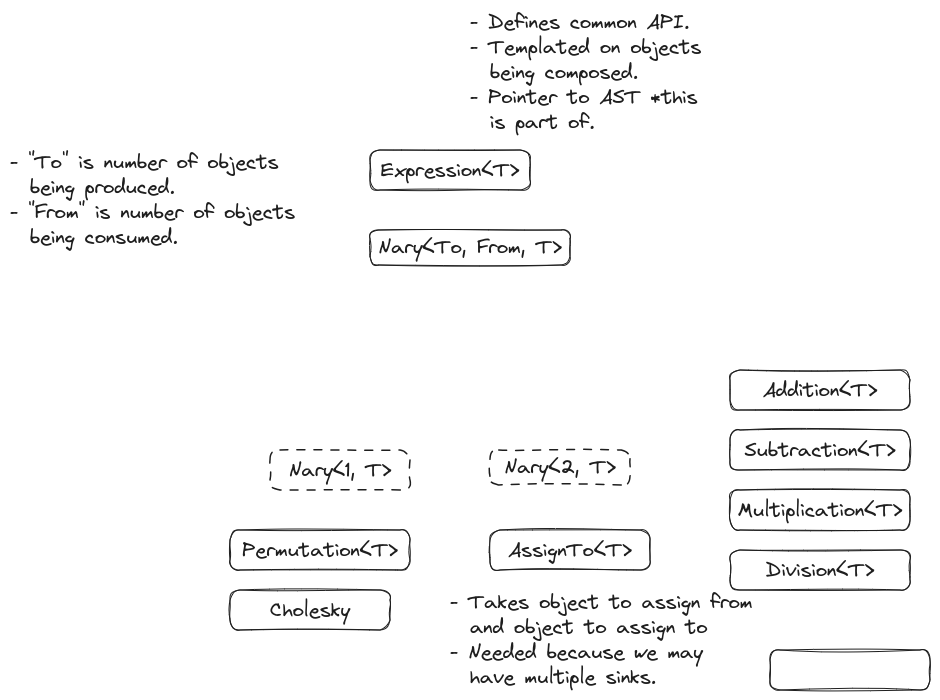
NWChemEx/TensorWrapper keeps this Excalidraw diagram as docs/source/developer/design/assets/expressions.png. Above is the earlier version. Source tidied: one line per element, renumbered; positions are measured from the earlier drawing's top-left corner, leaving out a move shared by most shapes.
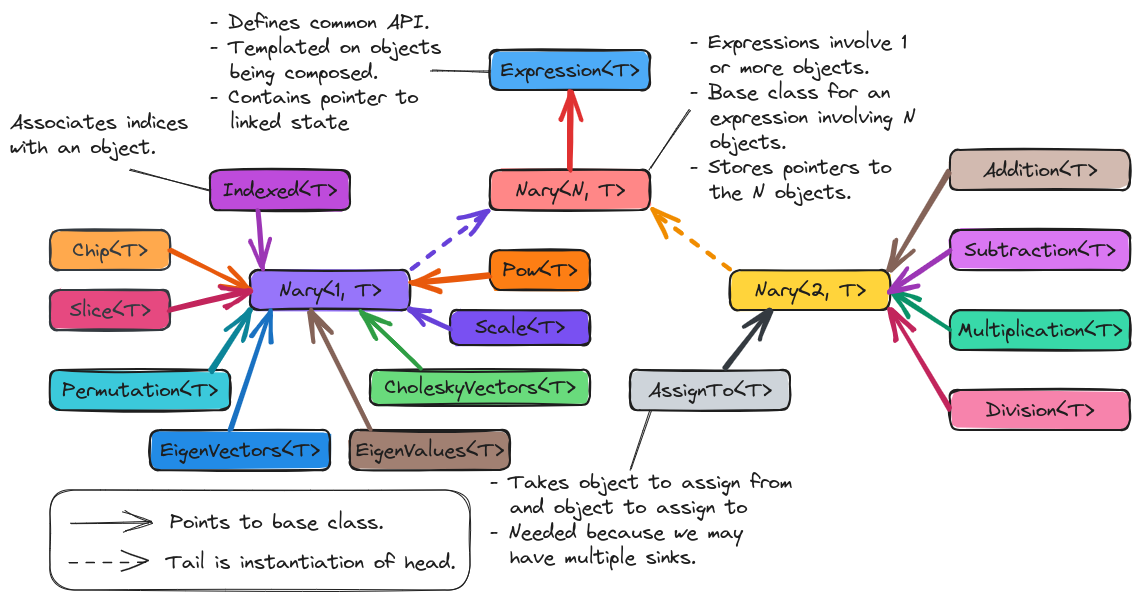
After the change.

Change to the diagram source:
```diff
@@ -1,26 +1,66 @@
-{"id": 0, "type": "rectangle", "strokeColor": "#1e1e1e", "strokeWidth": 1, "roughness": 1, "round": true, "x": 360, "y": 140, "width": 160, "height": 40}
+{"id": 0, "type": "rectangle", "strokeColor": "#1e1e1e", "backgroundColor": "#4dabf7", "fillStyle": "solid", "strokeWidth": 2, "roughness": 1, "round": true, "x": 320, "y": 0, "width": 160, "height": 40}
-{"id": 1, "type": "text", "text": "Expression<T>", "strokeColor": "#1e1e1e", "strokeWidth": 1, "roughness": 1, "fontSize": 20, "fontFamily": 1, "textAlign": "center", "verticalAlign": "middle", "inside": 0, "x": 371, "y": 148, "width": 139, "height": 25}
+{"id": 1, "type": "text", "text": "Expression<T>", "strokeColor": "#1e1e1e", "strokeWidth": 1, "roughness": 1, "fontSize": 20, "fontFamily": 1, "textAlign": "center", "verticalAlign": "middle", "inside": 0, "x": 331, "y": 8, "width": 139, "height": 25}
-{"id": 2, "type": "text", "text": "- Defines common API.\n- Templated on objects\n  being composed.\n- Pointer to AST *this\n  is part of.", "strokeColor": "#1e1e1e", "strokeWidth": 1, "roughness": 1, "fontSize": 20, "fontFamily": 1, "x": 460, "y": 0, "width": 231, "height": 125}
+{"id": 2, "type": "text", "text": "- Defines common API.\n- Templated on objects\n  being composed.\n- Contains pointer to\n  linked state", "strokeColor": "#1e1e1e", "strokeWidth": 1, "roughness": 1, "fontSize": 20, "fontFamily": 1, "x": 40, "y": -40, "width": 231, "height": 125}
-{"id": 3, "type": "text", "text": "- \"To\" is number of objects\n  being produced.\n- \"From\" is number of objects\n  being consumed.", "strokeColor": "#1e1e1e", "strokeWidth": 1, "roughness": 1, "fontSize": 20, "fontFamily": 1, "x": 0, "y": 140, "width": 285, "height": 100}
+{"id": 3, "type": "text", "text": "- Expressions involve 1\n  or more objects.\n- Base class for an\n  expression involving N\n  objects.\n- Stores pointers to\n  the N objects.", "strokeColor": "#1e1e1e", "strokeWidth": 1, "roughness": 1, "fontSize": 20, "fontFamily": 1, "x": 520, "y": -20, "width": 226, "height": 175}
-{"id": 4, "type": "rectangle", "strokeColor": "#1e1e1e", "strokeWidth": 1, "roughness": 1, "round": true, "x": 360, "y": 220, "width": 200, "height": 35}
+{"id": 4, "type": "rectangle", "strokeColor": "#1e1e1e", "backgroundColor": "#ff8787", "fillStyle": "solid", "strokeWidth": 2, "roughness": 1, "round": true, "x": 320, "y": 120, "width": 160, "height": 40}
-{"id": 5, "type": "text", "text": "Nary<To, From, T>", "strokeColor": "#1e1e1e", "strokeWidth": 1, "roughness": 1, "fontSize": 20, "fontFamily": 1, "textAlign": "center", "verticalAlign": "middle", "inside": 4, "x": 368, "y": 225, "width": 183, "height": 25}
+{"id": 5, "type": "text", "text": "Nary<N, T>", "strokeColor": "#1e1e1e", "strokeWidth": 1, "roughness": 1, "fontSize": 20, "fontFamily": 1, "textAlign": "center", "verticalAlign": "middle", "inside": 4, "x": 345, "y": 128, "width": 110, "height": 25}
-{"id": 6, "type": "rectangle", "strokeColor": "#1e1e1e", "strokeWidth": 1, "strokeStyle": "dashed", "roughness": 1, "round": true, "x": 260, "y": 440, "width": 140, "height": 40}
+{"id": 6, "type": "rectangle", "strokeColor": "#1e1e1e", "backgroundColor": "#9775fa", "fillStyle": "solid", "strokeWidth": 2, "roughness": 1, "round": true, "x": 80, "y": 220, "width": 160, "height": 40}
-{"id": 7, "type": "text", "text": "Nary<1, T>", "strokeColor": "#1e1e1e", "strokeWidth": 1, "roughness": 1, "fontSize": 20, "fontFamily": 1, "textAlign": "center", "verticalAlign": "middle", "inside": 6, "x": 279, "y": 448, "width": 103, "height": 25}
+{"id": 7, "type": "text", "text": "Nary<1, T>", "strokeColor": "#1e1e1e", "strokeWidth": 1, "roughness": 1, "fontSize": 20, "fontFamily": 1, "textAlign": "center", "verticalAlign": "middle", "inside": 6, "x": 109, "y": 228, "width": 103, "height": 25}
-{"id": 8, "type": "rectangle", "strokeColor": "#1e1e1e", "strokeWidth": 1, "strokeStyle": "dashed", "roughness": 1, "round": true, "x": 480, "y": 440, "width": 140, "height": 35}
+{"id": 8, "type": "rectangle", "strokeColor": "#1e1e1e", "backgroundColor": "#ffd43b", "fillStyle": "solid", "strokeWidth": 2, "roughness": 1, "round": true, "x": 560, "y": 220, "width": 160, "height": 40}
-{"id": 9, "type": "text", "text": "Nary<2, T>", "strokeColor": "#1e1e1e", "strokeWidth": 1, "roughness": 1, "fontSize": 20, "fontFamily": 1, "textAlign": "center", "verticalAlign": "middle", "inside": 8, "x": 494, "y": 445, "width": 111, "height": 25}
+{"id": 9, "type": "text", "text": "Nary<2, T>", "strokeColor": "#1e1e1e", "strokeWidth": 1, "roughness": 1, "fontSize": 20, "fontFamily": 1, "textAlign": "center", "verticalAlign": "middle", "inside": 8, "x": 584, "y": 228, "width": 111, "height": 25}
-{"id": 10, "type": "rectangle", "strokeColor": "#1e1e1e", "strokeWidth": 1, "roughness": 1, "round": true, "x": 220, "y": 520, "width": 180, "height": 40}
+{"id": 10, "type": "rectangle", "strokeColor": "#1e1e1e", "backgroundColor": "#3bc9db", "fillStyle": "solid", "strokeWidth": 2, "roughness": 1, "round": true, "x": -120, "y": 320, "width": 180, "height": 40}
-{"id": 11, "type": "text", "text": "Permutation<T>", "strokeColor": "#1e1e1e", "strokeWidth": 1, "roughness": 1, "fontSize": 20, "fontFamily": 1, "textAlign": "center", "verticalAlign": "middle", "inside": 10, "x": 232, "y": 528, "width": 155, "height": 25}
+{"id": 11, "type": "text", "text": "Permutation<T>", "strokeColor": "#1e1e1e", "strokeWidth": 1, "roughness": 1, "fontSize": 20, "fontFamily": 1, "textAlign": "center", "verticalAlign": "middle", "inside": 10, "x": -108, "y": 328, "width": 155, "height": 25}
-{"id": 12, "type": "rectangle", "strokeColor": "#1e1e1e", "strokeWidth": 1, "roughness": 1, "round": true, "x": 480, "y": 520, "width": 160, "height": 40}
+{"id": 12, "type": "rectangle", "strokeColor": "#1e1e1e", "backgroundColor": "#ced4da", "fillStyle": "solid", "strokeWidth": 2, "roughness": 1, "round": true, "x": 460, "y": 320, "width": 160, "height": 40}
-{"id": 13, "type": "text", "text": "AssignTo<T>", "strokeColor": "#1e1e1e", "strokeWidth": 1, "roughness": 1, "fontSize": 20, "fontFamily": 1, "textAlign": "center", "verticalAlign": "middle", "inside": 12, "x": 498, "y": 528, "width": 124, "height": 25}
+{"id": 13, "type": "text", "text": "AssignTo<T>", "strokeColor": "#1e1e1e", "strokeWidth": 1, "roughness": 1, "fontSize": 20, "fontFamily": 1, "textAlign": "center", "verticalAlign": "middle", "inside": 12, "x": 478, "y": 328, "width": 124, "height": 25}
-{"id": 14, "type": "text", "text": "- Takes object to assign from\n  and object to assign to\n- Needed because we may\n  have multiple sinks.", "strokeColor": "#1e1e1e", "strokeWidth": 1, "roughness": 1, "fontSize": 20, "fontFamily": 1, "x": 440, "y": 580, "width": 302, "height": 100}
+{"id": 14, "type": "text", "text": "- Takes object to assign from\n  and object to assign to\n- Needed because we may\n  have multiple sinks.", "strokeColor": "#1e1e1e", "strokeWidth": 1, "roughness": 1, "fontSize": 20, "fontFamily": 1, "x": 320, "y": 420, "width": 302, "height": 100}
-{"id": 15, "type": "rectangle", "strokeColor": "#1e1e1e", "strokeWidth": 1, "roughness": 1, "round": true, "x": 720, "y": 360, "width": 180, "height": 40}
+{"id": 15, "type": "rectangle", "strokeColor": "#1e1e1e", "backgroundColor": "#d2bab0", "fillStyle": "solid", "strokeWidth": 2, "roughness": 1, "round": true, "x": 780, "y": 100, "width": 180, "height": 40}
-{"id": 16, "type": "text", "text": "Addition<T>", "strokeColor": "#1e1e1e", "strokeWidth": 1, "roughness": 1, "fontSize": 20, "fontFamily": 1, "textAlign": "center", "verticalAlign": "middle", "inside": 15, "x": 753, "y": 368, "width": 114, "height": 25}
+{"id": 16, "type": "text", "text": "Addition<T>", "strokeColor": "#1e1e1e", "strokeWidth": 1, "roughness": 1, "fontSize": 20, "fontFamily": 1, "textAlign": "center", "verticalAlign": "middle", "inside": 15, "x": 813, "y": 108, "width": 114, "height": 25}
-{"id": 17, "type": "rectangle", "strokeColor": "#1e1e1e", "strokeWidth": 1, "roughness": 1, "round": true, "x": 720, "y": 420, "width": 180, "height": 40}
+{"id": 17, "type": "rectangle", "strokeColor": "#1e1e1e", "backgroundColor": "#da77f2", "fillStyle": "solid", "strokeWidth": 2, "roughness": 1, "round": true, "x": 780, "y": 180, "width": 180, "height": 40}
-{"id": 18, "type": "text", "text": "Subtraction<T>", "strokeColor": "#1e1e1e", "strokeWidth": 1, "roughness": 1, "fontSize": 20, "fontFamily": 1, "textAlign": "center", "verticalAlign": "middle", "inside": 17, "x": 735, "y": 428, "width": 151, "height": 25}
+{"id": 18, "type": "text", "text": "Subtraction<T>", "strokeColor": "#1e1e1e", "strokeWidth": 1, "roughness": 1, "fontSize": 20, "fontFamily": 1, "textAlign": "center", "verticalAlign": "middle", "inside": 17, "x": 795, "y": 188, "width": 151, "height": 25}
-{"id": 19, "type": "rectangle", "strokeColor": "#1e1e1e", "strokeWidth": 1, "roughness": 1, "round": true, "x": 720, "y": 480, "width": 180, "height": 40}
+{"id": 19, "type": "rectangle", "strokeColor": "#1e1e1e", "backgroundColor": "#38d9a9", "fillStyle": "solid", "strokeWidth": 2, "roughness": 1, "round": true, "x": 780, "y": 260, "width": 180, "height": 40}
-{"id": 20, "type": "text", "text": "Multiplication<T>", "strokeColor": "#1e1e1e", "strokeWidth": 1, "roughness": 1, "fontSize": 20, "fontFamily": 1, "textAlign": "center", "verticalAlign": "middle", "inside": 19, "x": 728, "y": 488, "width": 164, "height": 25}
+{"id": 20, "type": "text", "text": "Multiplication<T>", "strokeColor": "#1e1e1e", "strokeWidth": 1, "roughness": 1, "fontSize": 20, "fontFamily": 1, "textAlign": "center", "verticalAlign": "middle", "inside": 19, "x": 788, "y": 268, "width": 164, "height": 25}
-{"id": 21, "type": "rectangle", "strokeColor": "#1e1e1e", "strokeWidth": 1, "roughness": 1, "round": true, "x": 720, "y": 540, "width": 180, "height": 40}
+{"id": 21, "type": "rectangle", "strokeColor": "#1e1e1e", "backgroundColor": "#f783ac", "fillStyle": "solid", "strokeWidth": 2, "roughness": 1, "round": true, "x": 780, "y": 340, "width": 180, "height": 40}
-{"id": 22, "type": "text", "text": "Division<T>", "strokeColor": "#1e1e1e", "strokeWidth": 1, "roughness": 1, "fontSize": 20, "fontFamily": 1, "textAlign": "center", "verticalAlign": "middle", "inside": 21, "x": 756, "y": 548, "width": 108, "height": 25}
+{"id": 22, "type": "text", "text": "Division<T>", "strokeColor": "#1e1e1e", "strokeWidth": 1, "roughness": 1, "fontSize": 20, "fontFamily": 1, "textAlign": "center", "verticalAlign": "middle", "inside": 21, "x": 816, "y": 348, "width": 108, "height": 25}
-{"id": 23, "type": "rectangle", "strokeColor": "#1e1e1e", "strokeWidth": 1, "roughness": 1, "round": true, "x": 220, "y": 580, "width": 160, "height": 40}
+{"id": 23, "type": "rectangle", "strokeColor": "#1e1e1e", "backgroundColor": "#69db7c", "fillStyle": "solid", "strokeWidth": 2, "roughness": 1, "round": true, "x": 200, "y": 320, "width": 220, "height": 35}
-{"id": 24, "type": "text", "text": "Cholesky", "strokeColor": "#1e1e1e", "strokeWidth": 1, "roughness": 1, "fontSize": 20, "fontFamily": 1, "textAlign": "center", "verticalAlign": "middle", "inside": 23, "x": 260, "y": 588, "width": 80, "height": 25}
+{"id": 24, "type": "text", "text": "CholeskyVectors<T>", "strokeColor": "#1e1e1e", "strokeWidth": 1, "roughness": 1, "fontSize": 20, "fontFamily": 1, "textAlign": "center", "verticalAlign": "middle", "inside": 23, "x": 214, "y": 325, "width": 191, "height": 25}
-{"id": 25, "type": "rectangle", "strokeColor": "#1e1e1e", "strokeWidth": 1, "roughness": 1, "round": true, "x": 760, "y": 640, "width": 160, "height": 40}
+{"id": 26, "type": "line", "strokeColor": "#1e1e1e", "backgroundColor": "#4dabf7", "fillStyle": "solid", "strokeWidth": 1, "roughness": 1, "round": true, "x": 260, "y": 21, "width": 60, "height": 0, "points": [[0, 0], [60, 0]]}
+{"id": 27, "type": "arrow", "strokeColor": "#e03131", "backgroundColor": "#ff8787", "fillStyle": "solid", "strokeWidth": 4, "roughness": 1, "endArrowhead": "arrow", "round": true, "from": 4, "to": 0, "x": 400, "y": 119, "width": 0, "height": 78, "points": [[0, 0], [0, -78]]}
+{"id": 28, "type": "line", "strokeColor": "#1e1e1e", "backgroundColor": "#ff8787", "fillStyle": "solid", "strokeWidth": 1, "roughness": 1, "round": true, "x": 520, "y": 60, "width": 40, "height": 60, "points": [[0, 0], [-40, 60]]}
+{"id": 29, "type": "arrow", "strokeColor": "#1e1e1e", "backgroundColor": "#ff8787", "fillStyle": "solid", "strokeWidth": 1, "roughness": 1, "endArrowhead": "arrow", "round": true, "x": -100, "y": 473, "width": 80, "height": 0, "points": [[0, 0], [80, 0]]}
+{"id": 30, "type": "text", "text": "Points to base class.", "strokeColor": "#1e1e1e", "backgroundColor": "#ff8787", "fillStyle": "solid", "strokeWidth": 1, "roughness": 1, "fontSize": 20, "fontFamily": 1, "x": 0, "y": 460, "width": 214, "height": 25}
+{"id": 31, "type": "rectangle", "strokeColor": "#1e1e1e", "strokeWidth": 1, "roughness": 1, "round": true, "x": -120, "y": 440, "width": 420, "height": 100}
+{"id": 32, "type": "text", "text": "Tail is instantiation of head.", "strokeColor": "#1e1e1e", "backgroundColor": "#ff8787", "fillStyle": "solid", "strokeWidth": 1, "strokeStyle": "dashed", "roughness": 1, "fontSize": 20, "fontFamily": 1, "x": -4, "y": 500, "width": 290, "height": 25}
+{"id": 33, "type": "arrow", "strokeColor": "#1e1e1e", "backgroundColor": "#9775fa", "fillStyle": "solid", "strokeWidth": 1, "strokeStyle": "dashed", "roughness": 1, "endArrowhead": "arrow", "round": true, "x": -100, "y": 512, "width": 80, "height": 0, "points": [[0, 0], [80, 0]]}
+{"id": 34, "type": "arrow", "strokeColor": "#6741d9", "backgroundColor": "#9775fa", "fillStyle": "solid", "strokeWidth": 4, "strokeStyle": "dashed", "roughness": 1, "endArrowhead": "arrow", "round": true, "from": 6, "to": 4, "x": 241, "y": 219, "width": 78, "height": 59, "points": [[0, 0], [78, -59]]}
+{"id": 35, "type": "arrow", "strokeColor": "#f08c00", "backgroundColor": "#9775fa", "fillStyle": "solid", "strokeWidth": 4, "strokeStyle": "dashed", "roughness": 1, "endArrowhead": "arrow", "round": true, "to": 4, "x": 560, "y": 220, "width": 80, "height": 60, "points": [[0, 0], [-80, -60]]}
+{"id": 36, "type": "arrow", "strokeColor": "#2f9e44", "backgroundColor": "#ffd43b", "fillStyle": "solid", "strokeWidth": 4, "roughness": 1, "endArrowhead": "arrow", "round": true, "from": 23, "to": 6, "x": 250, "y": 319, "width": 59, "height": 58, "points": [[0, 0], [-59, -58]]}
+{"id": 37, "type": "arrow", "strokeColor": "#0c8599", "backgroundColor": "#3bc9db", "fillStyle": "solid", "strokeWidth": 4, "roughness": 1, "endArrowhead": "arrow", "round": true, "to": 6, "x": 41, "y": 321, "width": 40, "height": 60, "points": [[0, 0], [40, -60]]}
+{"id": 38, "type": "arrow", "strokeColor": "#c2255c", "backgroundColor": "#3bc9db", "fillStyle": "solid", "strokeWidth": 4, "roughness": 1, "endArrowhead": "arrow", "round": true, "from": 21, "x": 779, "y": 358, "width": 59, "height": 98, "points": [[0, 0], [-59, -98]]}
+{"id": 39, "type": "arrow", "strokeColor": "#099268", "backgroundColor": "#3bc9db", "fillStyle": "solid", "strokeWidth": 4, "roughness": 1, "endArrowhead": "arrow", "round": true, "from": 19, "x": 780, "y": 280, "width": 60, "height": 40, "points": [[0, 0], [-60, -40]]}
+{"id": 40, "type": "arrow", "strokeColor": "#9c36b5", "backgroundColor": "#3bc9db", "fillStyle": "solid", "strokeWidth": 4, "roughness": 1, "endArrowhead": "arrow", "round": true, "from": 17, "x": 780, "y": 201, "width": 60, "height": 40, "points": [[0, 0], [-60, 40]]}
+{"id": 41, "type": "arrow", "strokeColor": "#846358", "backgroundColor": "#3bc9db", "fillStyle": "solid", "strokeWidth": 4, "roughness": 1, "endArrowhead": "arrow", "round": true, "from": 15, "to": 8, "x": 779, "y": 122, "width": 58, "height": 97, "points": [[0, 0], [-58, 97]]}
+{"id": 42, "type": "arrow", "strokeColor": "#343a40", "backgroundColor": "#e9ecef", "fillStyle": "solid", "strokeWidth": 4, "roughness": 1, "endArrowhead": "arrow", "round": true, "from": 12, "to": 8, "x": 556, "y": 319, "width": 44, "height": 58, "points": [[0, 0], [44, -58]]}
+{"id": 43, "type": "rectangle", "strokeColor": "#343a40", "backgroundColor": "#e64980", "fillStyle": "solid", "strokeWidth": 2, "roughness": 1, "round": true, "x": -120, "y": 240, "width": 120, "height": 40}
+{"id": 44, "type": "text", "text": "Slice<T>", "strokeColor": "#343a40", "backgroundColor": "#e9ecef", "fillStyle": "solid", "strokeWidth": 1, "roughness": 1, "fontSize": 20, "fontFamily": 1, "textAlign": "center", "verticalAlign": "middle", "inside": 43, "x": -100, "y": 248, "width": 81, "height": 25}
+{"id": 45, "type": "rectangle", "strokeColor": "#343a40", "backgroundColor": "#ffa94d", "fillStyle": "solid", "strokeWidth": 2, "roughness": 1, "round": true, "x": -120, "y": 180, "width": 120, "height": 40}
+{"id": 46, "type": "text", "text": "Chip<T>", "strokeColor": "#343a40", "backgroundColor": "#e9ecef", "fillStyle": "solid", "strokeWidth": 1, "roughness": 1, "fontSize": 20, "fontFamily": 1, "textAlign": "center", "verticalAlign": "middle", "inside": 45, "x": -97, "y": 188, "width": 75, "height": 25}
+{"id": 47, "type": "arrow", "strokeColor": "#e8590c", "backgroundColor": "#ffa94d", "fillStyle": "solid", "strokeWidth": 4, "roughness": 1, "endArrowhead": "arrow", "round": true, "from": 45, "to": 6, "x": 0, "y": 200, "width": 80, "height": 40, "points": [[0, 0], [80, 40]]}
+{"id": 48, "type": "arrow", "strokeColor": "#c2255c", "backgroundColor": "#e64980", "fillStyle": "solid", "strokeWidth": 4, "roughness": 1, "endArrowhead": "arrow", "round": true, "x": 0, "y": 260, "width": 80, "height": 20, "points": [[0, 0], [80, -20]]}
+{"id": 49, "type": "rectangle", "strokeColor": "#1e1e1e", "backgroundColor": "#228be6", "fillStyle": "solid", "strokeWidth": 2, "roughness": 1, "round": true, "x": -20, "y": 380, "width": 180, "height": 40}
+{"id": 50, "type": "text", "text": "EigenVectors<T>", "strokeColor": "#1e1e1e", "backgroundColor": "#228be6", "fillStyle": "solid", "strokeWidth": 2, "roughness": 1, "fontSize": 20, "fontFamily": 1, "textAlign": "center", "verticalAlign": "middle", "inside": 49, "x": -10, "y": 388, "width": 159, "height": 25}
+{"id": 51, "type": "arrow", "strokeColor": "#1971c2", "backgroundColor": "#228be6", "fillStyle": "solid", "strokeWidth": 4, "roughness": 1, "endArrowhead": "arrow", "round": true, "from": 49, "to": 6, "x": 60, "y": 380, "width": 40, "height": 120, "points": [[0, 0], [40, -120]]}
+{"id": 52, "type": "line", "strokeColor": "#1e1e1e", "backgroundColor": "#7950f2", "fillStyle": "solid", "strokeWidth": 1, "roughness": 1, "round": true, "x": 482, "y": 360, "width": 20, "height": 60, "points": [[0, 0], [-20, 60]]}
+{"id": 53, "type": "rectangle", "strokeColor": "#1e1e1e", "backgroundColor": "#fd7e14", "fillStyle": "solid", "strokeWidth": 2, "roughness": 1, "round": true, "x": 320, "y": 200, "width": 100, "height": 40}
+{"id": 54, "type": "text", "text": "Pow<T>", "strokeColor": "#1e1e1e", "backgroundColor": "#7950f2", "fillStyle": "solid", "strokeWidth": 1, "roughness": 1, "fontSize": 20, "fontFamily": 1, "textAlign": "center", "verticalAlign": "middle", "inside": 53, "x": 333, "y": 208, "width": 74, "height": 25}
+{"id": 55, "type": "arrow", "strokeColor": "#e8590c", "backgroundColor": "#fd7e14", "fillStyle": "solid", "strokeWidth": 4, "roughness": 1, "endArrowhead": "arrow", "round": true, "from": 53, "to": 6, "x": 319, "y": 225, "width": 78, "height": 7, "points": [[0, 0], [-78, 7]]}
+{"id": 56, "type": "rectangle", "strokeColor": "#1e1e1e", "backgroundColor": "#be4bdb", "fillStyle": "solid", "strokeWidth": 2, "roughness": 1, "round": true, "x": 40, "y": 120, "width": 140, "height": 40}
+{"id": 57, "type": "text", "text": "Indexed<T>", "strokeColor": "#1e1e1e", "backgroundColor": "#fd7e14", "fillStyle": "solid", "strokeWidth": 2, "roughness": 1, "fontSize": 20, "fontFamily": 1, "textAlign": "center", "verticalAlign": "middle", "inside": 56, "x": 53, "y": 128, "width": 114, "height": 25}
+{"id": 58, "type": "text", "text": "Associates indices\nwith an object.", "strokeColor": "#1e1e1e", "backgroundColor": "#be4bdb", "fillStyle": "solid", "strokeWidth": 4, "roughness": 1, "fontSize": 20, "fontFamily": 1, "x": -160, "y": 60, "width": 178, "height": 50}
+{"id": 59, "type": "line", "strokeColor": "#1e1e1e", "backgroundColor": "#be4bdb", "fillStyle": "solid", "strokeWidth": 1, "roughness": 1, "round": true, "x": 40, "y": 140, "width": 80, "height": 20, "points": [[0, 0], [-80, -20]]}
+{"id": 60, "type": "rectangle", "strokeColor": "#1e1e1e", "backgroundColor": "#a18072", "fillStyle": "solid", "strokeWidth": 2, "roughness": 1, "round": true, "x": 180, "y": 380, "width": 160, "height": 40}
+{"id": 61, "type": "text", "text": "EigenValues<T>", "strokeColor": "#1e1e1e", "backgroundColor": "#40c057", "fillStyle": "solid", "strokeWidth": 1, "roughness": 1, "fontSize": 20, "fontFamily": 1, "textAlign": "center", "verticalAlign": "middle", "inside": 60, "x": 186, "y": 388, "width": 148, "height": 25}
+{"id": 62, "type": "arrow", "strokeColor": "#846358", "backgroundColor": "#a18072", "fillStyle": "solid", "strokeWidth": 4, "roughness": 1, "endArrowhead": "arrow", "round": true, "from": 60, "to": 6, "x": 200, "y": 380, "width": 60, "height": 120, "points": [[0, 0], [-60, -120]]}
+{"id": 63, "type": "arrow", "strokeColor": "#9c36b5", "backgroundColor": "#fa5252", "fillStyle": "solid", "strokeWidth": 4, "roughness": 1, "endArrowhead": "arrow", "round": true, "from": 56, "to": 6, "x": 88, "y": 161, "width": 5, "height": 58, "points": [[0, 0], [5, 58]]}
+{"id": 64, "type": "rectangle", "strokeColor": "#1e1e1e", "backgroundColor": "#7950f2", "fillStyle": "solid", "strokeWidth": 2, "roughness": 1, "round": true, "x": 280, "y": 260, "width": 140, "height": 35}
+{"id": 65, "type": "text", "text": "Scale<T>", "strokeColor": "#1e1e1e", "backgroundColor": "#fa5252", "fillStyle": "solid", "strokeWidth": 4, "roughness": 1, "fontSize": 20, "fontFamily": 1, "textAlign": "center", "verticalAlign": "middle", "inside": 64, "x": 305, "y": 265, "width": 90, "height": 25}
+{"id": 66, "type": "arrow", "strokeColor": "#6741d9", "backgroundColor": "#7950f2", "fillStyle": "solid", "strokeWidth": 4, "roughness": 1, "endArrowhead": "arrow", "round": true, "from": 64, "to": 6, "x": 280, "y": 280, "width": 40, "height": 20, "points": [[0, 0], [-40, -20]]}
```
